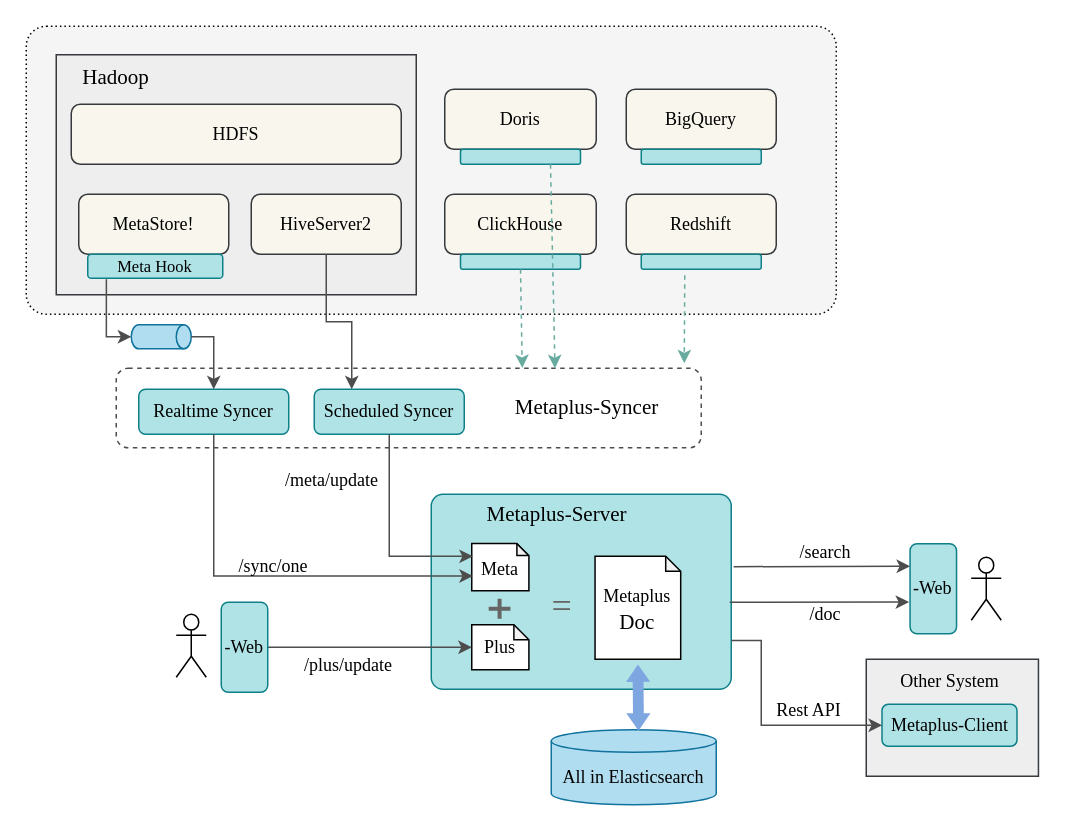
The draw.io diagram draws/metaplus_arch.drawio in hannyu/metaplus.plus, before the edit. Source tidied: cells renumbered, new cells numbered last; positions are measured from the earlier drawing's top-left corner, leaving out a move shared by most shapes. Both pictures are drawn from the tidied source at 150%, with x=0, y=0 at pixel (26, 26).
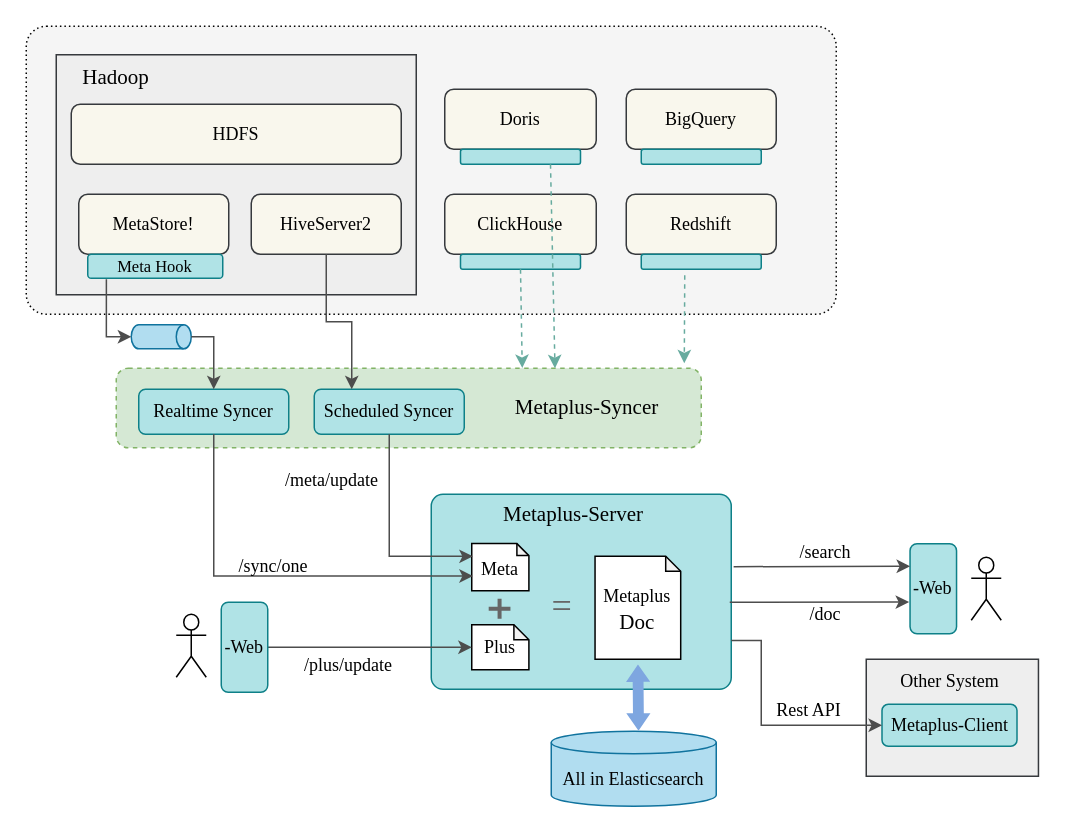
After the change.

The change refers to these unchanged cells:
```xml
<mxCell id="18" style="group;fontFamily=Times New Roman;" parent="1" vertex="1">
  <mxGeometry x="270" y="312" width="200" height="130" as="geometry" />
</mxCell>
```

What changed in the source:
```diff
@@
-    <mxCell id="3" style="rounded=1;whiteSpace=wrap;html=1;fillColor=none;dashed=1;strokeWidth=1;strokeColor=#4D4D4D;fontFamily=Times New Roman;" parent="1" vertex="1">
+    <mxCell id="3" style="rounded=1;whiteSpace=wrap;html=1;fillColor=#d5e8d4;dashed=1;strokeWidth=1;strokeColor=#82b366;fontFamily=Times New Roman;" parent="1" vertex="1">
       <mxGeometry x="60" y="228" width="390" height="53" as="geometry" />
     </mxCell>
@@
     <mxCell id="20" value="Metaplus-Server" style="text;html=1;align=center;verticalAlign=middle;whiteSpace=wrap;rounded=0;fontSize=14;fontFamily=Times New Roman;" parent="18" vertex="1">
-      <mxGeometry x="29" y="-1" width="110" height="30" as="geometry" />
+      <mxGeometry x="40" y="-1" width="110" height="30" as="geometry" />
     </mxCell>
@@
     <mxCell id="41" value="All in Elasticsearch" style="shape=cylinder3;whiteSpace=wrap;html=1;boundedLbl=1;backgroundOutline=1;size=7.521739130434753;fillColor=#b1ddf0;strokeColor=#10739e;fontFamily=Times New Roman;" parent="1" vertex="1">
-      <mxGeometry x="350" y="469" width="110" height="50" as="geometry" />
+      <mxGeometry x="350" y="470" width="110" height="50" as="geometry" />
     </mxCell>
```
